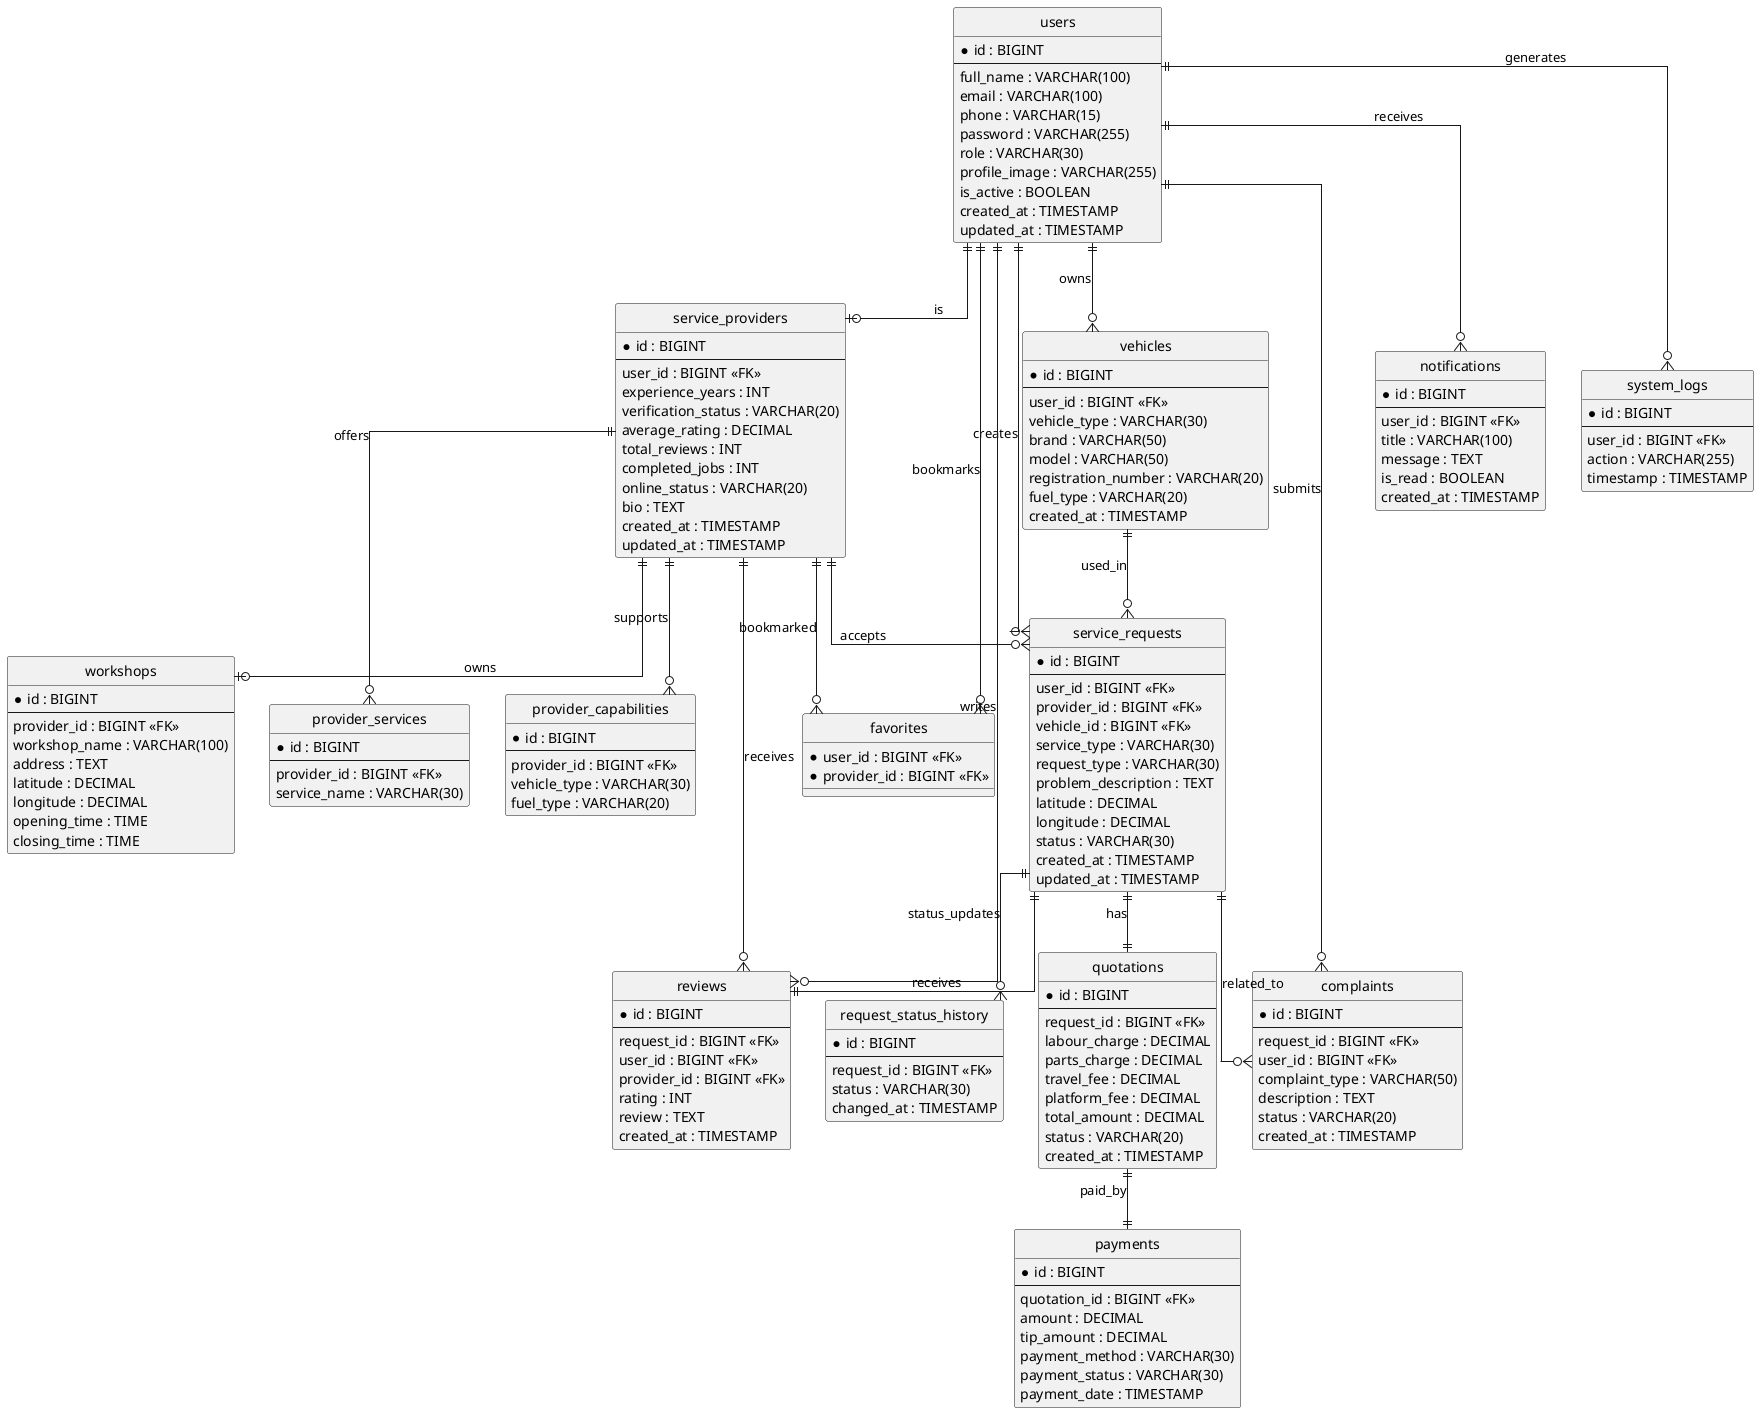
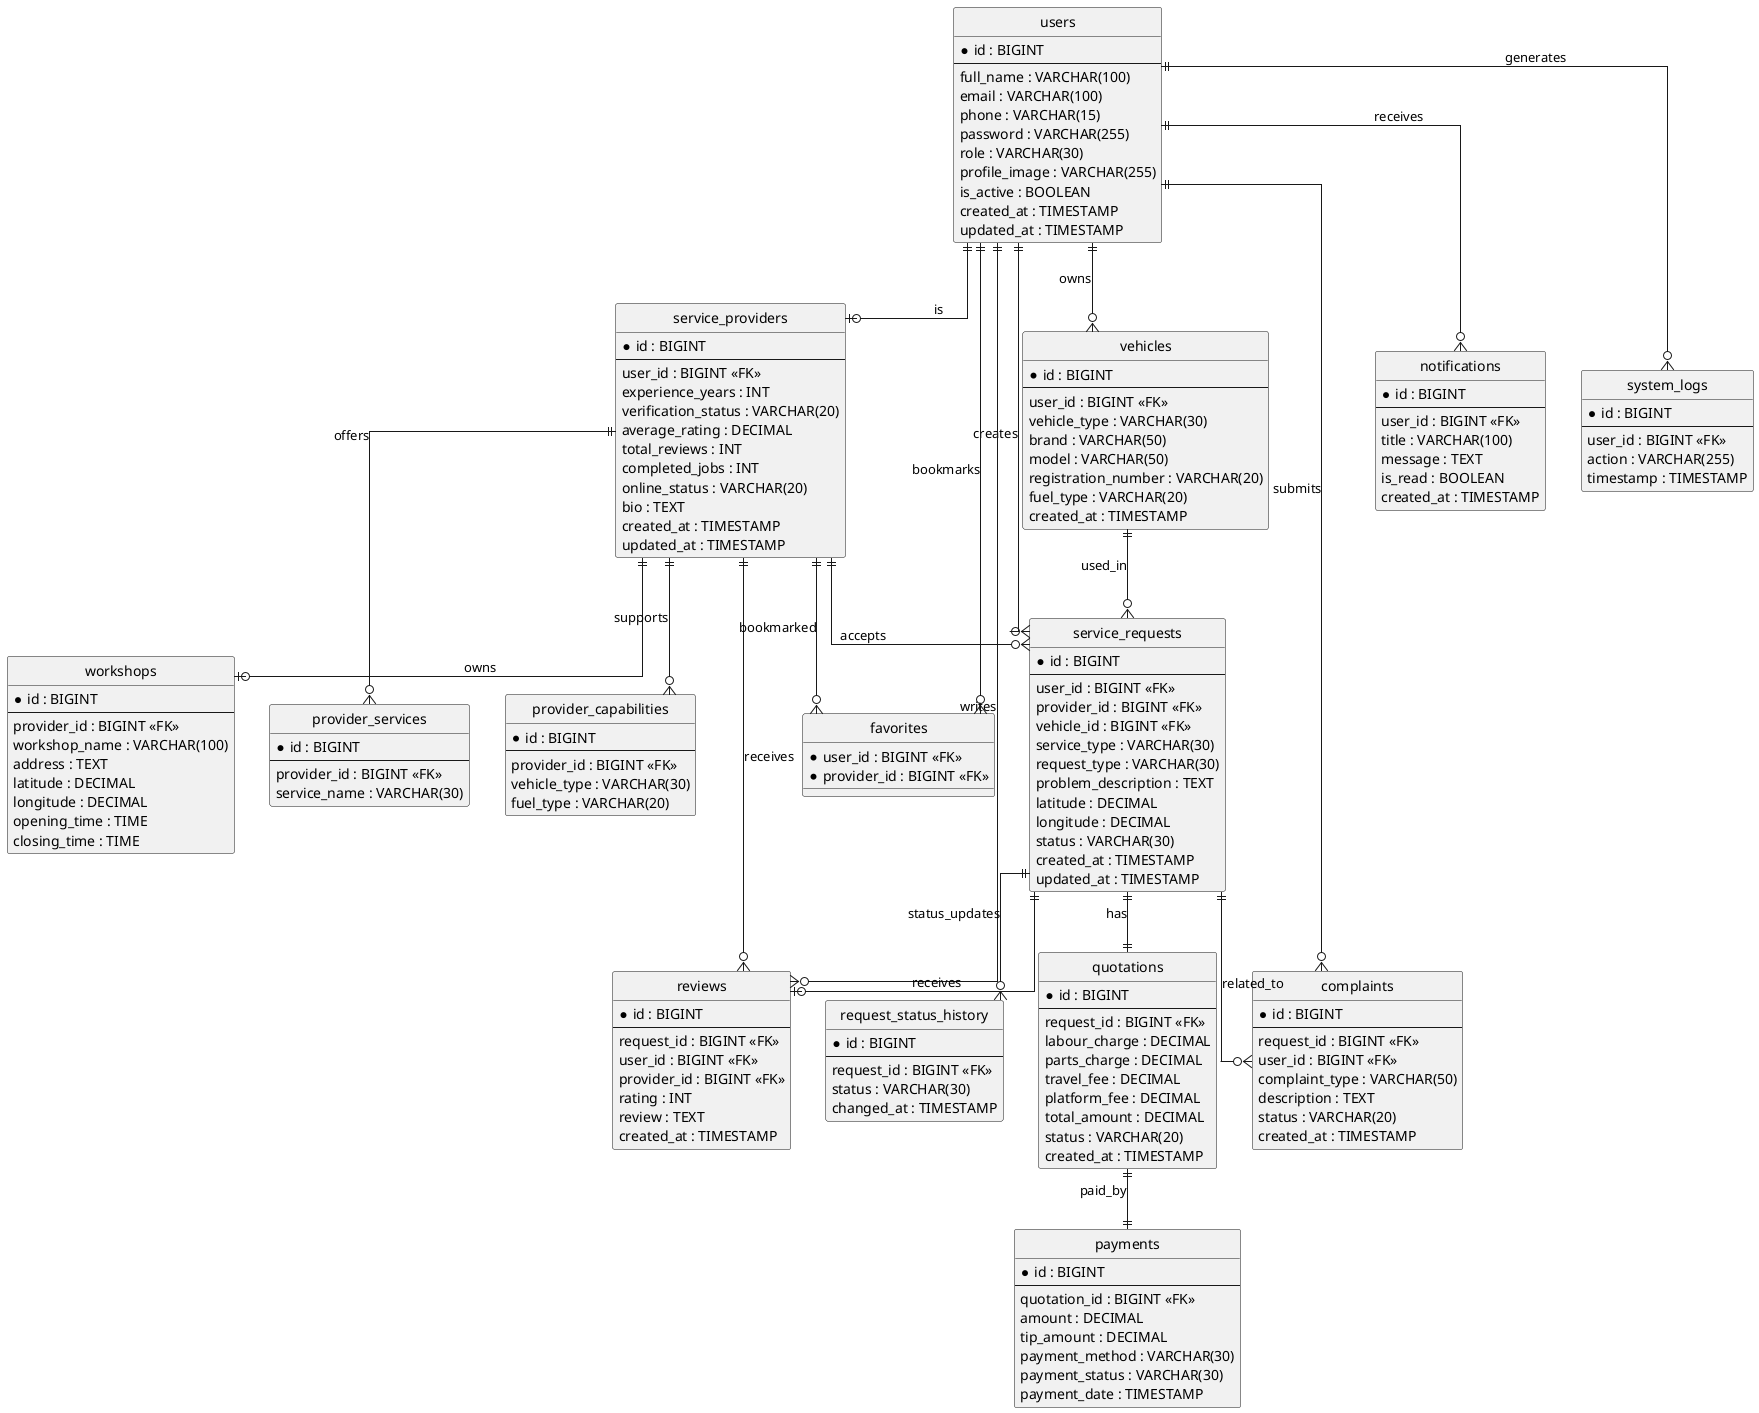
@startuml RoadAid_ER_Diagram

hide circle
skinparam linetype ortho
skinparam shadowing false
skinparam packageStyle rectangle

entity "users" as users {
  * id : BIGINT
  --
  full_name : VARCHAR(100)
  email : VARCHAR(100)
  phone : VARCHAR(15)
  password : VARCHAR(255)
  role : VARCHAR(30)
  profile_image : VARCHAR(255)
  is_active : BOOLEAN
  created_at : TIMESTAMP
  updated_at : TIMESTAMP
}

entity "service_providers" as sp {
  * id : BIGINT
  --
  user_id : BIGINT <<FK>>
  experience_years : INT
  verification_status : VARCHAR(20)
  average_rating : DECIMAL
  total_reviews : INT
  completed_jobs : INT
  online_status : VARCHAR(20)
  bio : TEXT
  created_at : TIMESTAMP
  updated_at : TIMESTAMP
}

entity "workshops" as workshops {
  * id : BIGINT
  --
  provider_id : BIGINT <<FK>>
  workshop_name : VARCHAR(100)
  address : TEXT
  latitude : DECIMAL
  longitude : DECIMAL
  opening_time : TIME
  closing_time : TIME
}

entity "provider_services" as ps {
  * id : BIGINT
  --
  provider_id : BIGINT <<FK>>
  service_name : VARCHAR(30)
}

entity "provider_capabilities" as pc {
  * id : BIGINT
  --
  provider_id : BIGINT <<FK>>
  vehicle_type : VARCHAR(30)
  fuel_type : VARCHAR(20)
}

entity "vehicles" as vehicles {
  * id : BIGINT
  --
  user_id : BIGINT <<FK>>
  vehicle_type : VARCHAR(30)
  brand : VARCHAR(50)
  model : VARCHAR(50)
  registration_number : VARCHAR(20)
  fuel_type : VARCHAR(20)
  created_at : TIMESTAMP
}

entity "service_requests" as sr {
  * id : BIGINT
  --
  user_id : BIGINT <<FK>>
  provider_id : BIGINT <<FK>>
  vehicle_id : BIGINT <<FK>>
  service_type : VARCHAR(30)
  request_type : VARCHAR(30)
  problem_description : TEXT
  latitude : DECIMAL
  longitude : DECIMAL
  status : VARCHAR(30)
  created_at : TIMESTAMP
  updated_at : TIMESTAMP
}

entity "quotations" as quotations {
  * id : BIGINT
  --
  request_id : BIGINT <<FK>>
  labour_charge : DECIMAL
  parts_charge : DECIMAL
  travel_fee : DECIMAL
  platform_fee : DECIMAL
  total_amount : DECIMAL
  status : VARCHAR(20)
  created_at : TIMESTAMP
}

entity "payments" as payments {
  * id : BIGINT
  --
  quotation_id : BIGINT <<FK>>
  amount : DECIMAL
  tip_amount : DECIMAL
  payment_method : VARCHAR(30)
  payment_status : VARCHAR(30)
  payment_date : TIMESTAMP
}

entity "reviews" as reviews {
  * id : BIGINT
  --
  request_id : BIGINT <<FK>>
  user_id : BIGINT <<FK>>
  provider_id : BIGINT <<FK>>
  rating : INT
  review : TEXT
  created_at : TIMESTAMP
}

entity "complaints" as complaints {
  * id : BIGINT
  --
  request_id : BIGINT <<FK>>
  user_id : BIGINT <<FK>>
  complaint_type : VARCHAR(50)
  description : TEXT
  status : VARCHAR(20)
  created_at : TIMESTAMP
}

entity "notifications" as notifications {
  * id : BIGINT
  --
  user_id : BIGINT <<FK>>
  title : VARCHAR(100)
  message : TEXT
  is_read : BOOLEAN
  created_at : TIMESTAMP
}

entity "favorites" as favorites {
  * user_id : BIGINT <<FK>>
  * provider_id : BIGINT <<FK>>
}

entity "system_logs" as logs {
  * id : BIGINT
  --
  user_id : BIGINT <<FK>>
  action : VARCHAR(255)
  timestamp : TIMESTAMP
}

entity "request_status_history" as history {
  * id : BIGINT
  --
  request_id : BIGINT <<FK>>
  status : VARCHAR(30)
  changed_at : TIMESTAMP
}

users ||--o| sp : "is"
users ||--o{ vehicles : owns
users ||--o{ sr : creates
users ||--o{ notifications : receives
users ||--o{ complaints : submits
users ||--o{ reviews : writes
users ||--o{ logs : generates
users ||--o{ favorites : bookmarks

sp ||--o| workshops : owns
sp ||--o{ ps : offers
sp ||--o{ pc : supports
sp ||--o{ sr : accepts
sp ||--o{ reviews : receives
sp ||--o{ favorites : bookmarked

vehicles ||--o{ sr : used_in

sr ||--|| quotations : has
quotations ||--|| payments : paid_by

- sr ||--|| reviews : receives
+ sr ||--o| reviews : receives
sr ||--o{ complaints : related_to
sr ||--o{ history : status_updates

@enduml